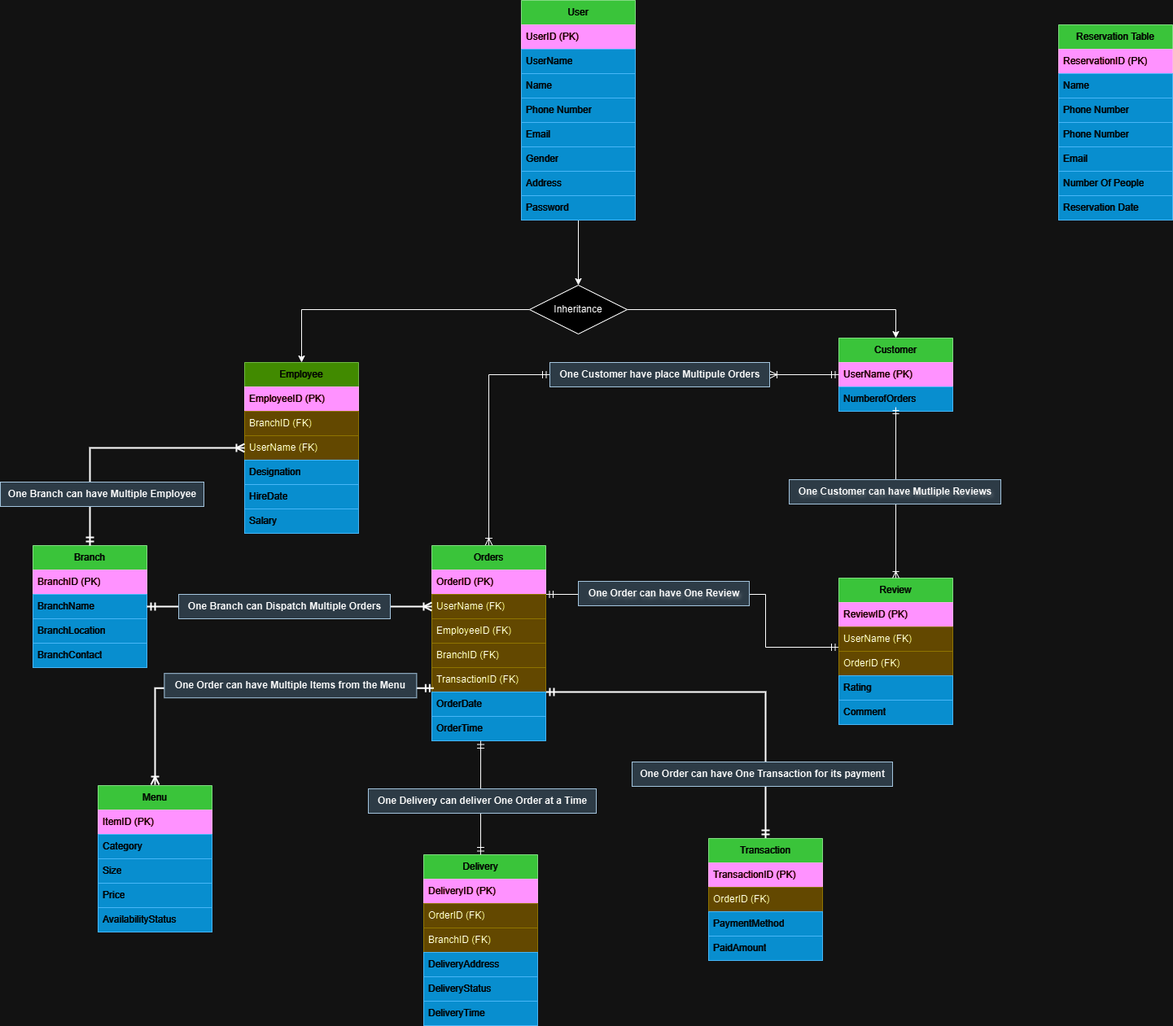
The draw.io diagram Documentation/Final-ERD.png in CodeLab66/Cafetaria, before a commit. Source tidied: cells renumbered, new cells last; positions are measured from the earlier drawing's top-left corner, leaving out a move shared by most shapes.
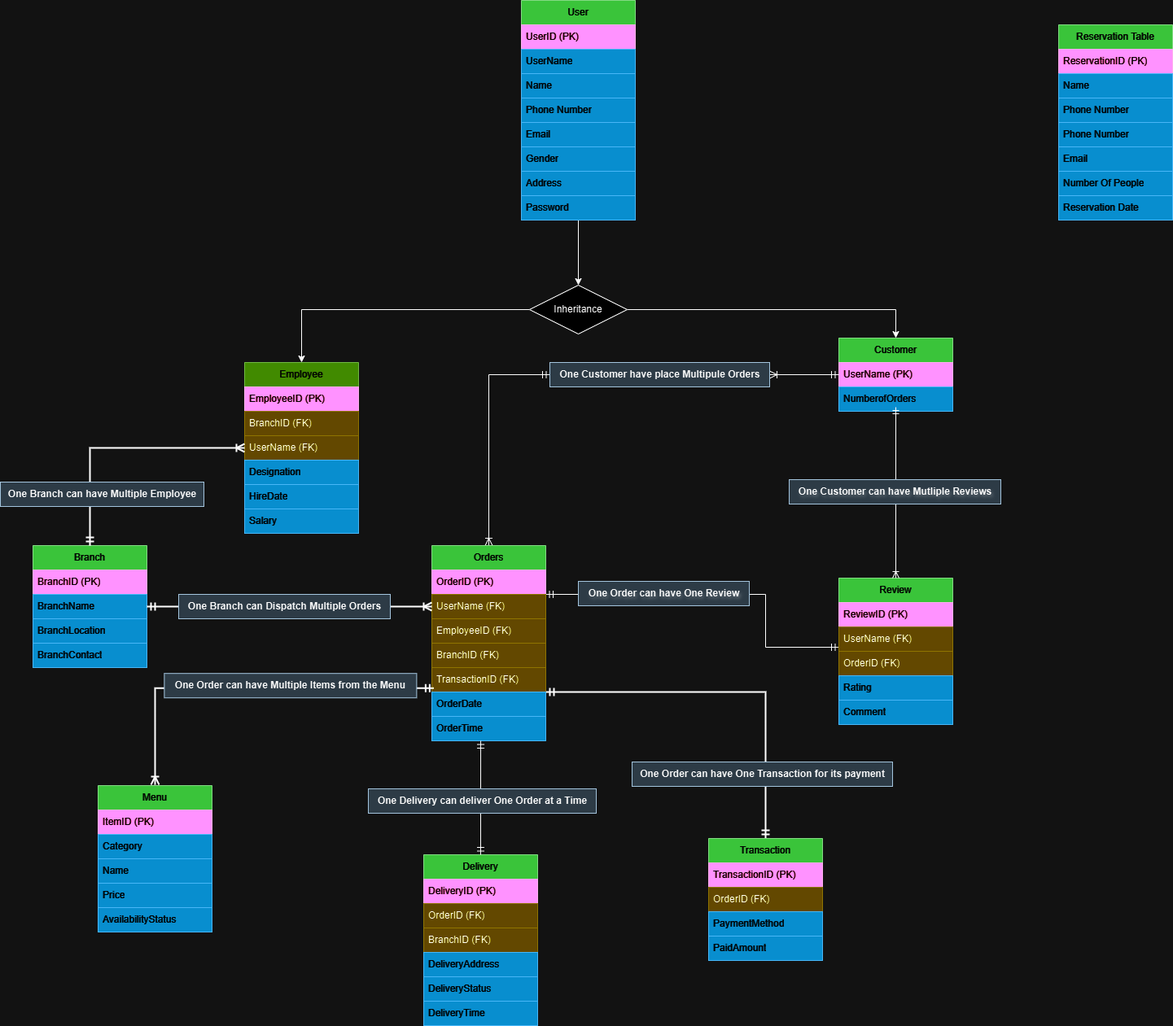
Above is the later version.

The edit, as a diff of the source:
```diff
@@ -128,7 +128,7 @@
     <mxCell id="40" value="Category" style="text;strokeColor=#006EAF;fillColor=#1ba1e2;align=left;verticalAlign=middle;spacingLeft=4;spacingRight=4;overflow=hidden;whiteSpace=wrap;html=1;fontColor=#ffffff;" parent="38" vertex="1">
       <mxGeometry y="60" width="140" height="30" as="geometry" />
     </mxCell>
-    <mxCell id="41" value="Size" style="text;strokeColor=#006EAF;fillColor=#1ba1e2;align=left;verticalAlign=middle;spacingLeft=4;spacingRight=4;overflow=hidden;whiteSpace=wrap;html=1;fontColor=#ffffff;" parent="38" vertex="1">
+    <mxCell id="41" value="Name" style="text;strokeColor=#006EAF;fillColor=#1ba1e2;align=left;verticalAlign=middle;spacingLeft=4;spacingRight=4;overflow=hidden;whiteSpace=wrap;html=1;fontColor=#ffffff;" parent="38" vertex="1">
       <mxGeometry y="90" width="140" height="30" as="geometry" />
     </mxCell>
     <mxCell id="42" value="Price" style="text;strokeColor=#006EAF;fillColor=#1ba1e2;align=left;verticalAlign=middle;spacingLeft=4;spacingRight=4;overflow=hidden;whiteSpace=wrap;html=1;fontColor=#ffffff;" parent="38" vertex="1">
```
